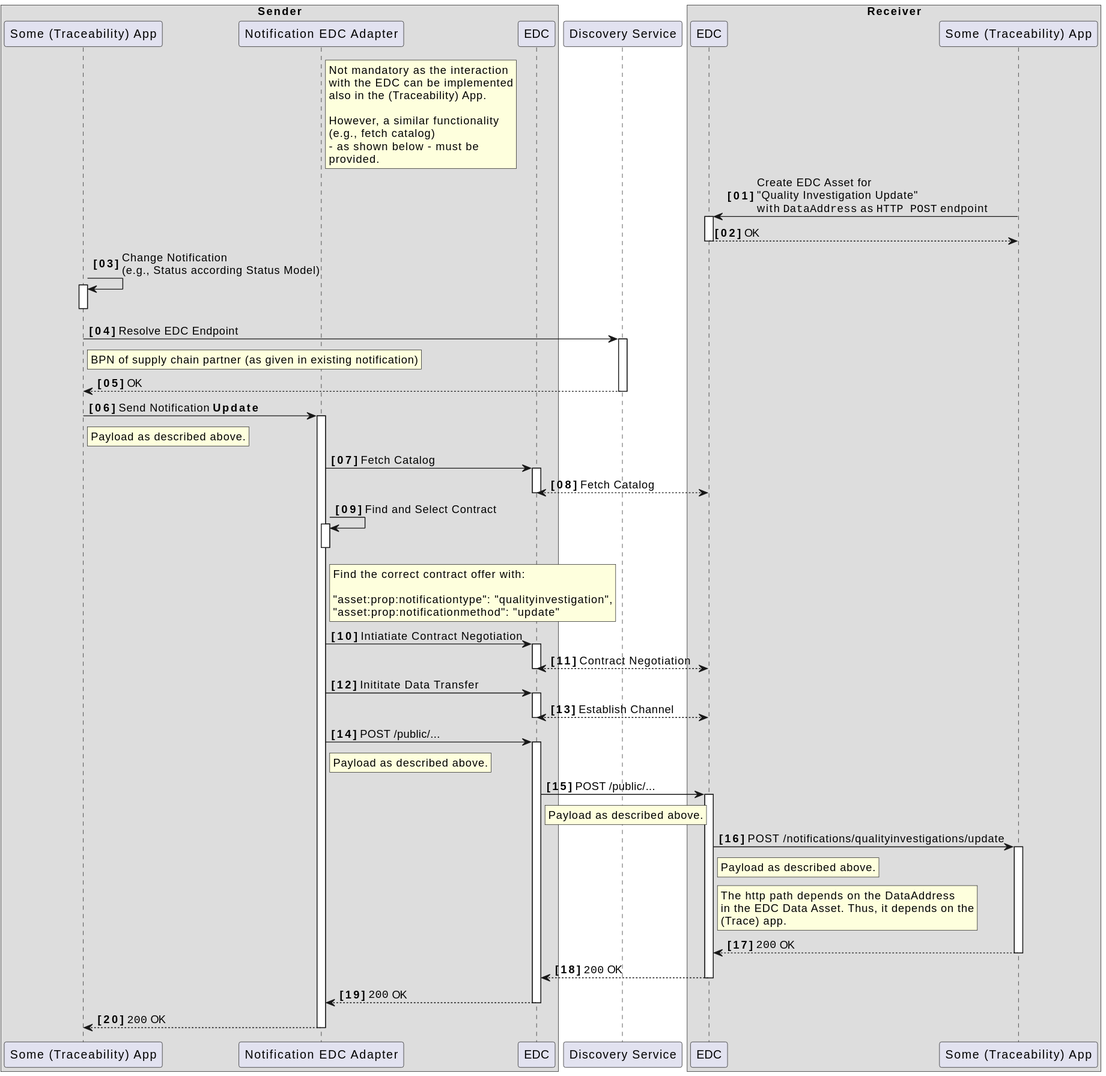
Earlier version of the PlantUML export docs-kits/kits/Traceability Kit/diagrams/notification_update-investigation.svg (eclipse-tractusx/eclipse-tractusx.github.io).
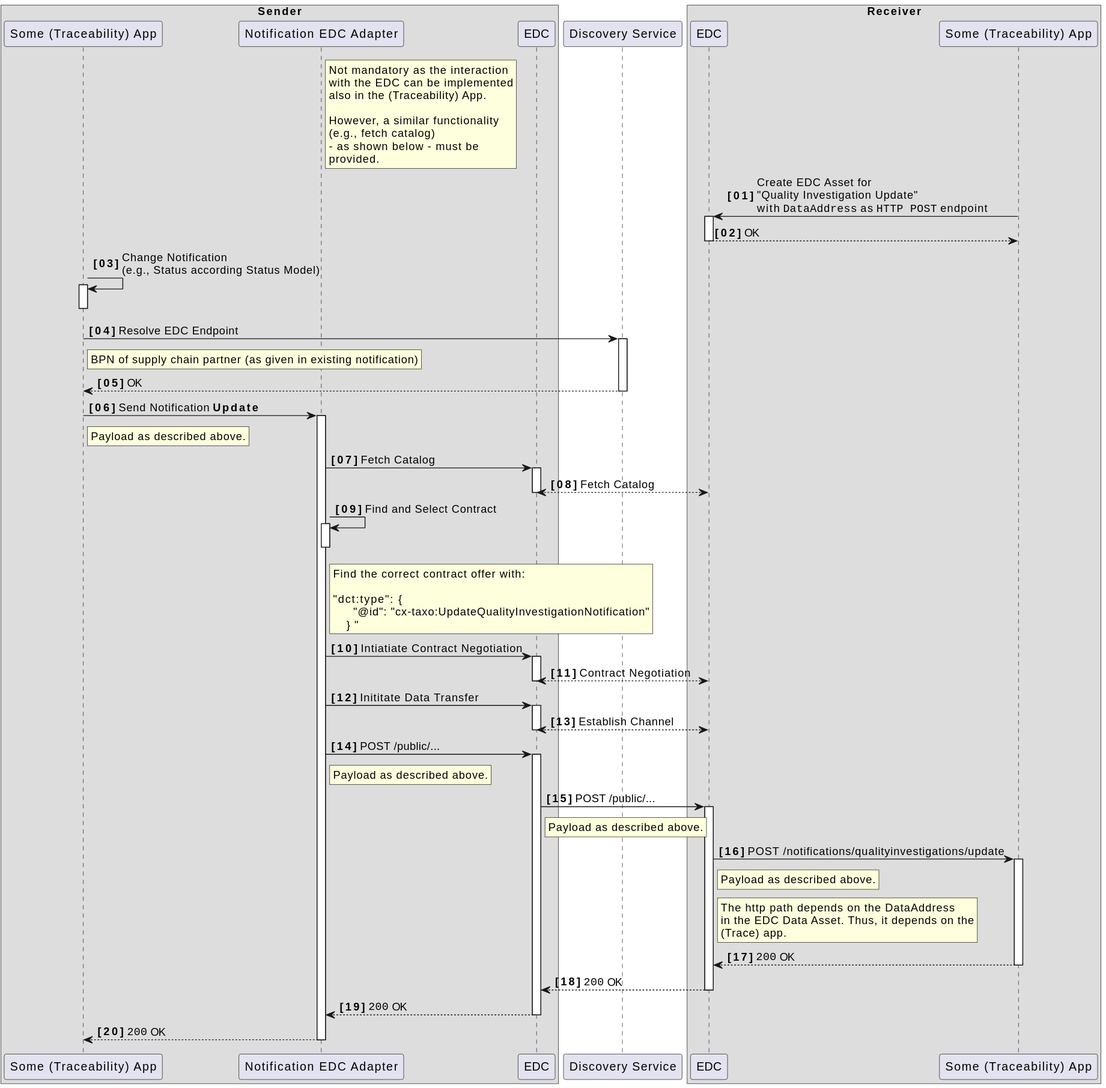
The same diagram one commit later.

Diff of the diagram source:
```diff
@@ -41,8 +41,9 @@
 rnote right NAdapter
 Find the correct contract offer with:
 
-"asset:prop:notificationtype": "qualityinvestigation",
-"asset:prop:notificationmethod": "update"
+"dct:type": {
+      "@id": "cx-taxo:UpdateQualityInvestigationNotification"
+    }"
 end rnote
 deactivate NAdapter
 NAdapter -> SEDC: Intiatiate Contract Negotiation
```
